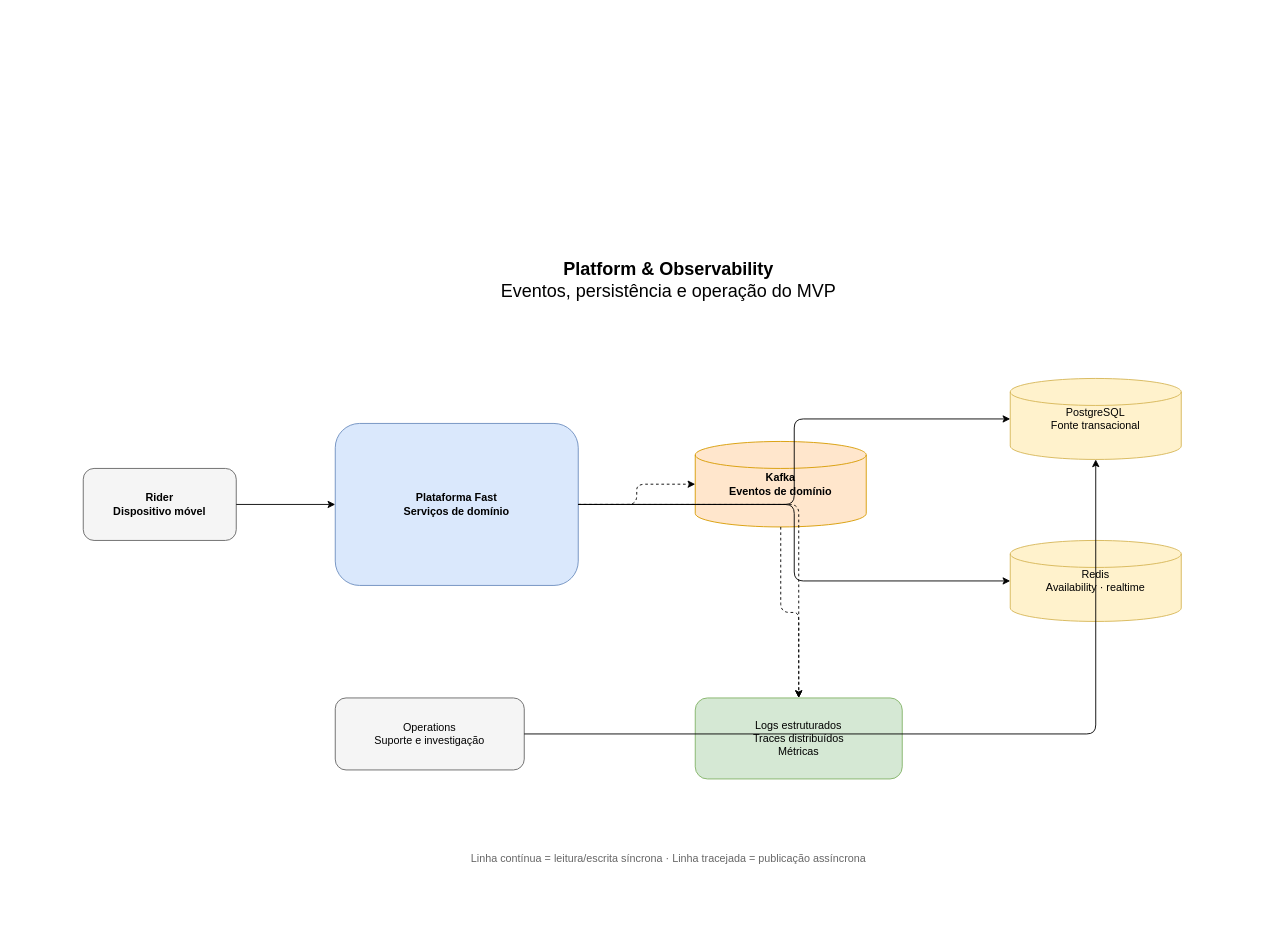
Above: page "Platform & Observability" (4 of 4) of fast.drawio in guilhermelinosp/fast-drawio (draw.io), before the change. Source tidied: cells renumbered, new cells numbered last; positions are measured from the earlier drawing's top-left corner, leaving out a move shared by most shapes. Both pictures are drawn from the tidied source at 90%, with x=0, y=0 at pixel (83, 248).
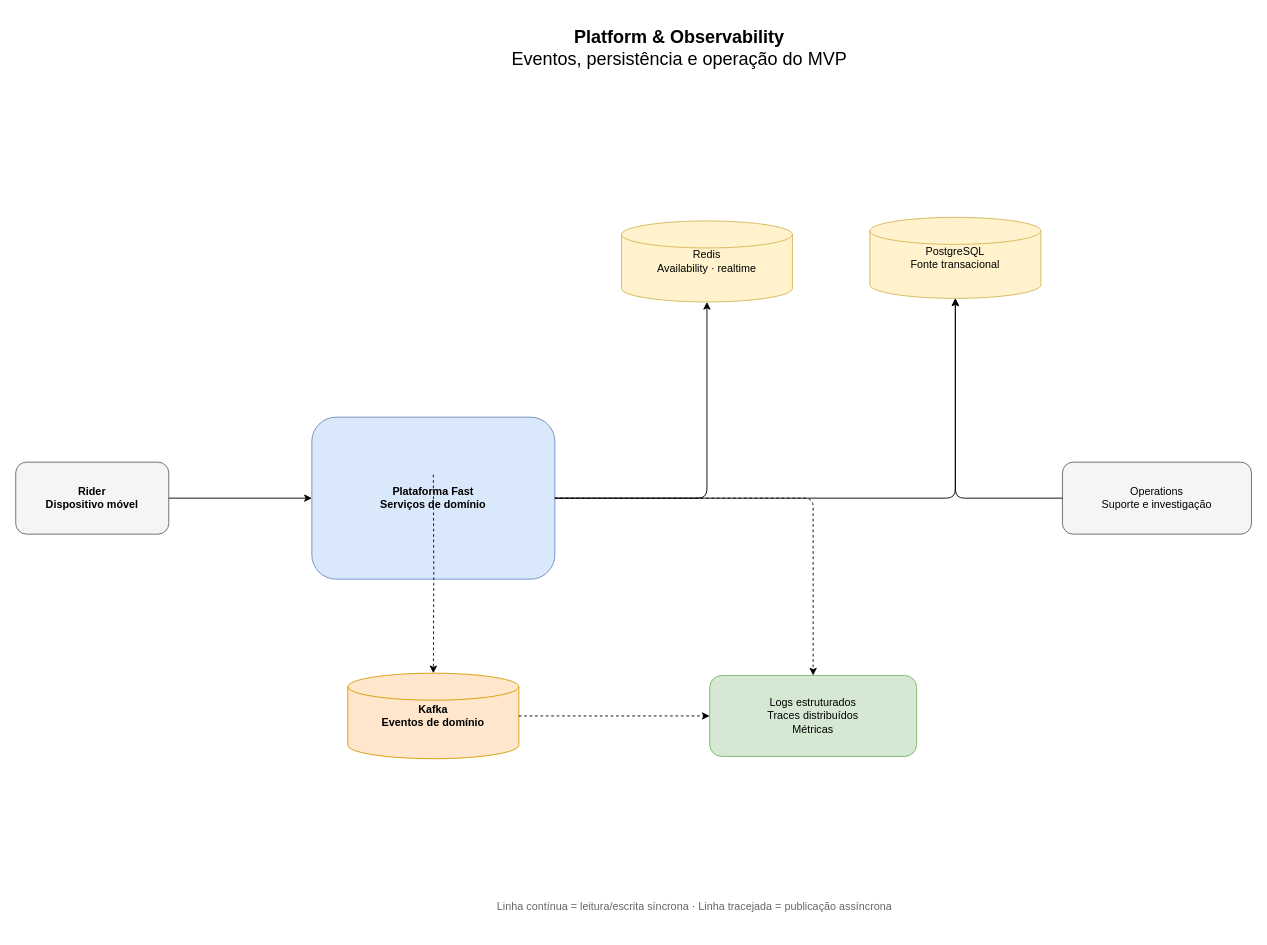
Above is the later version.

Commit message:
feat: ajustando observability

What changed in the source:
```diff
@@
 <mxGraphModel>
   <root>
     <mxCell id="0" />
     <mxCell id="1" parent="0" />
     <mxCell id="2" value="&lt;b&gt;Platform &amp;amp; Observability&lt;/b&gt;&lt;br&gt;Eventos, persistência e operação do MVP" style="text;html=1;align=center;verticalAlign=middle;fontSize=20;" parent="1" vertex="1">
-      <mxGeometry x="400" width="500" height="70" as="geometry" />
+      <mxGeometry x="412" y="-258" width="500" height="70" as="geometry" />
     </mxCell>
     <mxCell id="3" value="Rider&lt;br&gt;Dispositivo móvel" style="rounded=1;whiteSpace=wrap;html=1;fillColor=#F5F5F5;strokeColor=#666666;fontStyle=1;" parent="1" vertex="1">
-      <mxGeometry y="245" width="170" height="80" as="geometry" />
+      <mxGeometry x="-75" y="238" width="170" height="80" as="geometry" />
     </mxCell>
     <mxCell id="4" value="&lt;b&gt;Plataforma Fast&lt;/b&gt;&lt;br&gt;Serviços de domínio" style="rounded=1;whiteSpace=wrap;html=1;fillColor=#DAE8FC;strokeColor=#6C8EBF;fontStyle=1;" parent="1" vertex="1">
-      <mxGeometry x="280" y="195" width="270" height="180" as="geometry" />
+      <mxGeometry x="254" y="188" width="270" height="180" as="geometry" />
     </mxCell>
     <mxCell id="5" value="Kafka&lt;br&gt;Eventos de domínio" style="shape=cylinder3;whiteSpace=wrap;html=1;fillColor=#FFE6CC;strokeColor=#D79B00;fontStyle=1;" parent="1" vertex="1">
-      <mxGeometry x="680" y="215" width="190" height="95" as="geometry" />
+      <mxGeometry x="294" y="472.5" width="190" height="95" as="geometry" />
     </mxCell>
     <mxCell id="6" value="PostgreSQL&lt;br&gt;Fonte transacional" style="shape=cylinder3;whiteSpace=wrap;html=1;fillColor=#FFF2CC;strokeColor=#D6B656;" parent="1" vertex="1">
-      <mxGeometry x="1030" y="145" width="190" height="90" as="geometry" />
+      <mxGeometry x="874" y="-34" width="190" height="90" as="geometry" />
     </mxCell>
     <mxCell id="7" value="Redis&lt;br&gt;Availability · realtime" style="shape=cylinder3;whiteSpace=wrap;html=1;fillColor=#FFF2CC;strokeColor=#D6B656;" parent="1" vertex="1">
-      <mxGeometry x="1030" y="325" width="190" height="90" as="geometry" />
+      <mxGeometry x="598" y="-30" width="190" height="90" as="geometry" />
     </mxCell>
     <mxCell id="8" value="Logs estruturados&lt;br&gt;Traces distribuídos&lt;br&gt;Métricas" style="rounded=1;whiteSpace=wrap;html=1;fillColor=#D5E8D4;strokeColor=#82B366;" parent="1" vertex="1">
-      <mxGeometry x="680" y="500" width="230" height="90" as="geometry" />
+      <mxGeometry x="696" y="475" width="230" height="90" as="geometry" />
     </mxCell>
     <mxCell id="9" value="Operations&lt;br&gt;Suporte e investigação" style="rounded=1;whiteSpace=wrap;html=1;fillColor=#F5F5F5;strokeColor=#666666;" parent="1" vertex="1">
-      <mxGeometry x="280" y="500" width="210" height="80" as="geometry" />
+      <mxGeometry x="1088" y="238" width="210" height="80" as="geometry" />
     </mxCell>
     <mxCell id="10" value="Linha contínua = leitura/escrita síncrona · Linha tracejada = publicação assíncrona" style="text;html=1;align=center;fontColor=#666666;" parent="1" vertex="1">
-      <mxGeometry x="300" y="665" width="700" height="40" as="geometry" />
+      <mxGeometry x="329" y="718" width="700" height="40" as="geometry" />
     </mxCell>
     <mxCell id="11" style="edgeStyle=orthogonalEdgeStyle;rounded=1;html=1;endArrow=classic;" parent="1" edge="1" source="3" target="4">
       <mxGeometry relative="1" as="geometry" />
     </mxCell>
-    <mxCell id="12" style="edgeStyle=orthogonalEdgeStyle;rounded=1;html=1;endArrow=classic;dashed=1;" parent="1" edge="1" source="4" target="5">
-      <mxGeometry relative="1" as="geometry" />
+    <mxCell id="12" style="edgeStyle=orthogonalEdgeStyle;rounded=1;html=1;endArrow=classic;dashed=1;" parent="1" edge="1" target="5">
+      <mxGeometry relative="1" as="geometry">
+        <mxPoint x="389" y="252" as="sourcePoint" />
+      </mxGeometry>
     </mxCell>
     <mxCell id="13" style="edgeStyle=orthogonalEdgeStyle;rounded=1;html=1;endArrow=classic;" parent="1" edge="1" source="4" target="6">
       <mxGeometry relative="1" as="geometry" />
     </mxCell>
     <mxCell id="14" style="edgeStyle=orthogonalEdgeStyle;rounded=1;html=1;endArrow=classic;" parent="1" edge="1" source="4" target="7">
       <mxGeometry relative="1" as="geometry" />
     </mxCell>
     <mxCell id="15" style="edgeStyle=orthogonalEdgeStyle;rounded=1;html=1;endArrow=classic;dashed=1;" parent="1" edge="1" source="4" target="8">
       <mxGeometry relative="1" as="geometry" />
     </mxCell>
     <mxCell id="16" style="edgeStyle=orthogonalEdgeStyle;rounded=1;html=1;endArrow=classic;" parent="1" edge="1" source="9" target="6">
       <mxGeometry relative="1" as="geometry" />
     </mxCell>
     <mxCell id="17" style="edgeStyle=orthogonalEdgeStyle;rounded=1;html=1;endArrow=classic;dashed=1;" parent="1" edge="1" source="5" target="8">
       <mxGeometry relative="1" as="geometry" />
     </mxCell>
   </root>
 </mxGraphModel>
```
